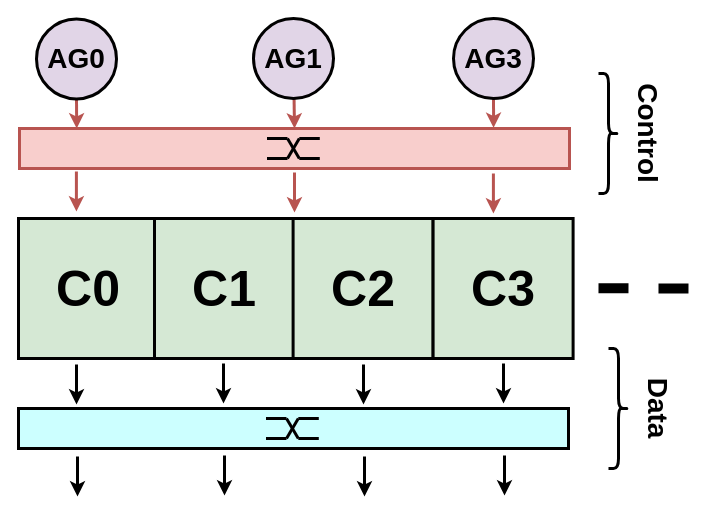
This is FigSource/interconnect.drawio from asultan123/MSPaper, a draw.io file, before an edit. Source tidied: cells renumbered, new cells numbered last; positions are measured from the earlier drawing's top-left corner, leaving out a move shared by most shapes. Both pictures are drawn from the tidied source at 100%, with x=0, y=0 at pixel (18, 18).
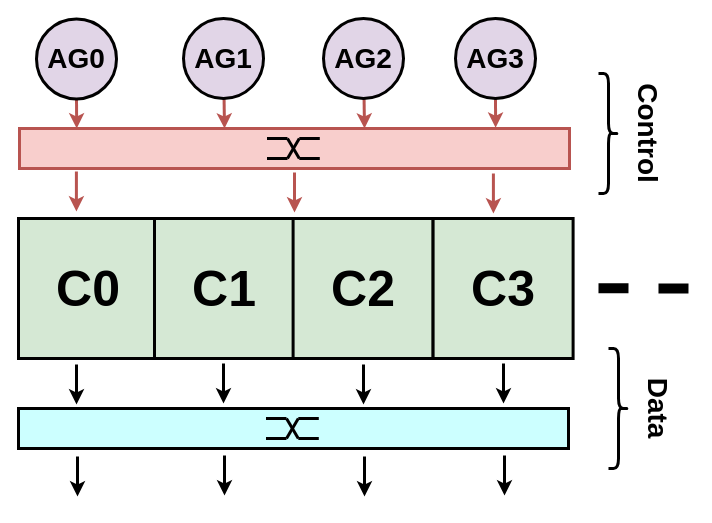
The same page after the edit.

Unchanged cells that the change refers to:
```xml
<mxCell id="34" style="rounded=0;whiteSpace=wrap;html=1;fillColor=#f8cecc;strokeWidth=3;strokeColor=#b85450;" parent="1" vertex="1">
  <mxGeometry x="1" y="110" width="550" height="40" as="geometry" />
</mxCell>
```

Diff of the diagram source:
```diff
@@
-    <mxCell id="8" style="edgeStyle=none;html=1;entryX=0.5;entryY=0;entryDx=0;entryDy=0;fontSize=28;startArrow=none;startFill=0;endArrow=classic;endFill=1;strokeWidth=3;fillColor=#f8cecc;strokeColor=#b85450;" parent="1" edge="1" source="9" target="34">
-      <mxGeometry relative="1" as="geometry" />
+    <mxCell id="8" style="edgeStyle=none;html=1;entryX=0.5;entryY=0;entryDx=0;entryDy=0;fontSize=28;startArrow=none;startFill=0;endArrow=classic;endFill=1;strokeWidth=3;fillColor=#f8cecc;strokeColor=#b85450;" parent="1" edge="1" source="9">
+      <mxGeometry relative="1" as="geometry">
+        <mxPoint x="206" y="110" as="targetPoint" />
+      </mxGeometry>
     </mxCell>
     <mxCell id="9" value="AG1" style="ellipse;whiteSpace=wrap;html=1;strokeWidth=3;fontStyle=1;fontSize=28;fillColor=#e1d5e7;strokeColor=#000000;" parent="1" vertex="1">
-      <mxGeometry x="235" width="80" height="80" as="geometry" />
+      <mxGeometry x="165" width="80" height="80" as="geometry" />
     </mxCell>
-    <mxCell id="10" style="edgeStyle=none;html=1;entryX=0.862;entryY=-0.017;entryDx=0;entryDy=0;entryPerimeter=0;fontSize=28;startArrow=none;startFill=0;endArrow=classic;endFill=1;strokeWidth=3;fillColor=#f8cecc;strokeColor=#b85450;" parent="1" edge="1" source="11" target="34">
-      <mxGeometry relative="1" as="geometry" />
+    <mxCell id="10" style="edgeStyle=none;html=1;entryX=0.862;entryY=-0.017;entryDx=0;entryDy=0;entryPerimeter=0;fontSize=28;startArrow=none;startFill=0;endArrow=classic;endFill=1;strokeWidth=3;fillColor=#f8cecc;strokeColor=#b85450;" parent="1" edge="1" source="11">
+      <mxGeometry relative="1" as="geometry">
+        <mxPoint x="477.1" y="109.3" as="targetPoint" />
+      </mxGeometry>
     </mxCell>
     <mxCell id="11" value="AG3" style="ellipse;whiteSpace=wrap;html=1;strokeWidth=3;fontStyle=1;fontSize=28;fillColor=#e1d5e7;strokeColor=#000000;" parent="1" vertex="1">
-      <mxGeometry x="435" width="80" height="80" as="geometry" />
+      <mxGeometry x="437" width="80" height="80" as="geometry" />
     </mxCell>
@@
+    <mxCell id="46" style="edgeStyle=none;html=1;entryX=0.5;entryY=0;entryDx=0;entryDy=0;fontSize=28;startArrow=none;startFill=0;endArrow=classic;endFill=1;strokeWidth=3;fillColor=#f8cecc;strokeColor=#b85450;" parent="1" edge="1" source="47">
+      <mxGeometry relative="1" as="geometry">
+        <mxPoint x="346" y="110" as="targetPoint" />
+      </mxGeometry>
+    </mxCell>
+    <mxCell id="47" value="AG2" style="ellipse;whiteSpace=wrap;html=1;strokeWidth=3;fontStyle=1;fontSize=28;fillColor=#e1d5e7;strokeColor=#000000;" parent="1" vertex="1">
+      <mxGeometry x="305" width="80" height="80" as="geometry" />
+    </mxCell>
```
